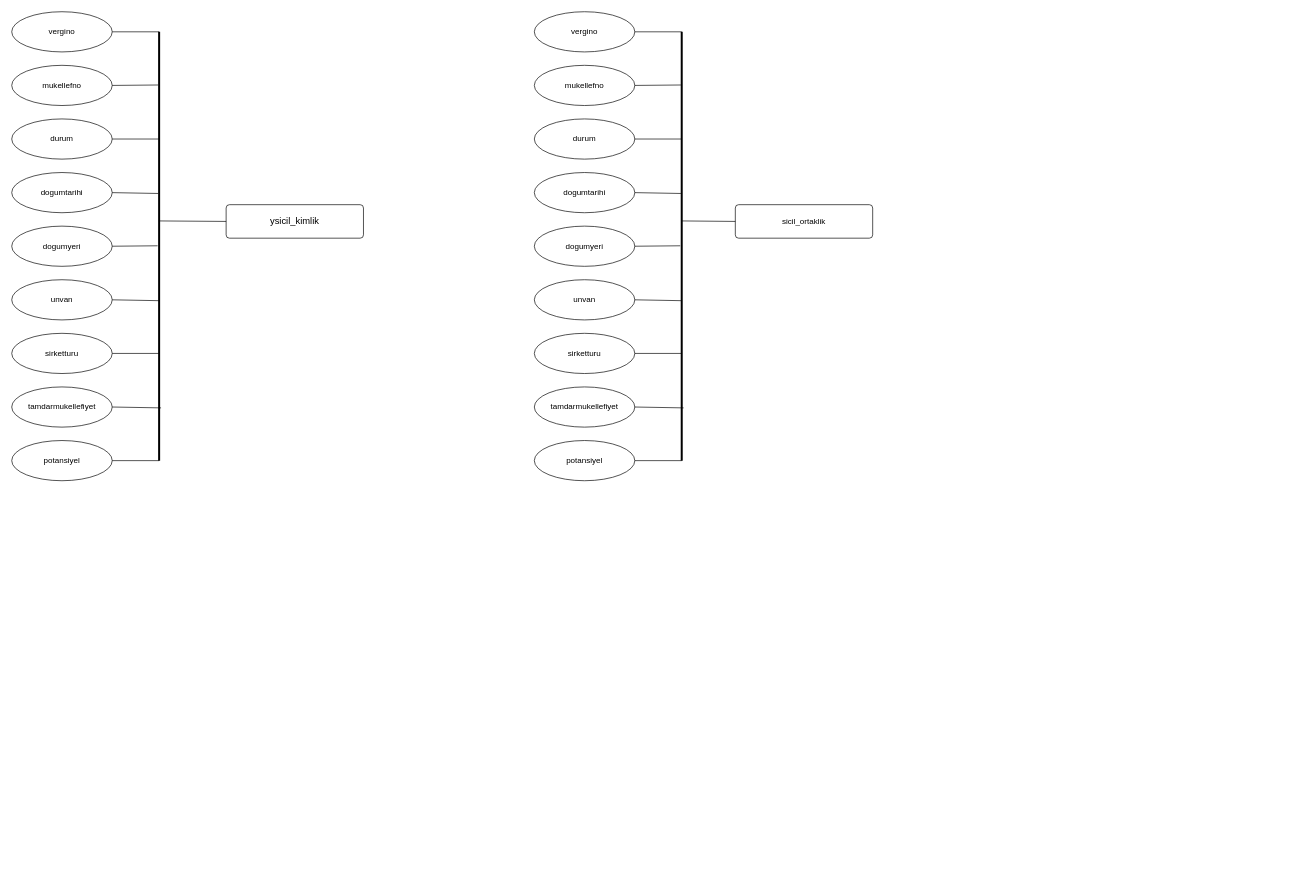
Above: IIM_sicil.drawio in ilteberkonuralp/R_data_analysis (draw.io), before the change. Source tidied: cells renumbered, new cells numbered last; positions are measured from the earlier drawing's top-left corner, leaving out a move shared by most shapes. Both pictures are drawn from the tidied source at 67%, with x=0, y=0 at pixel (11, 11).
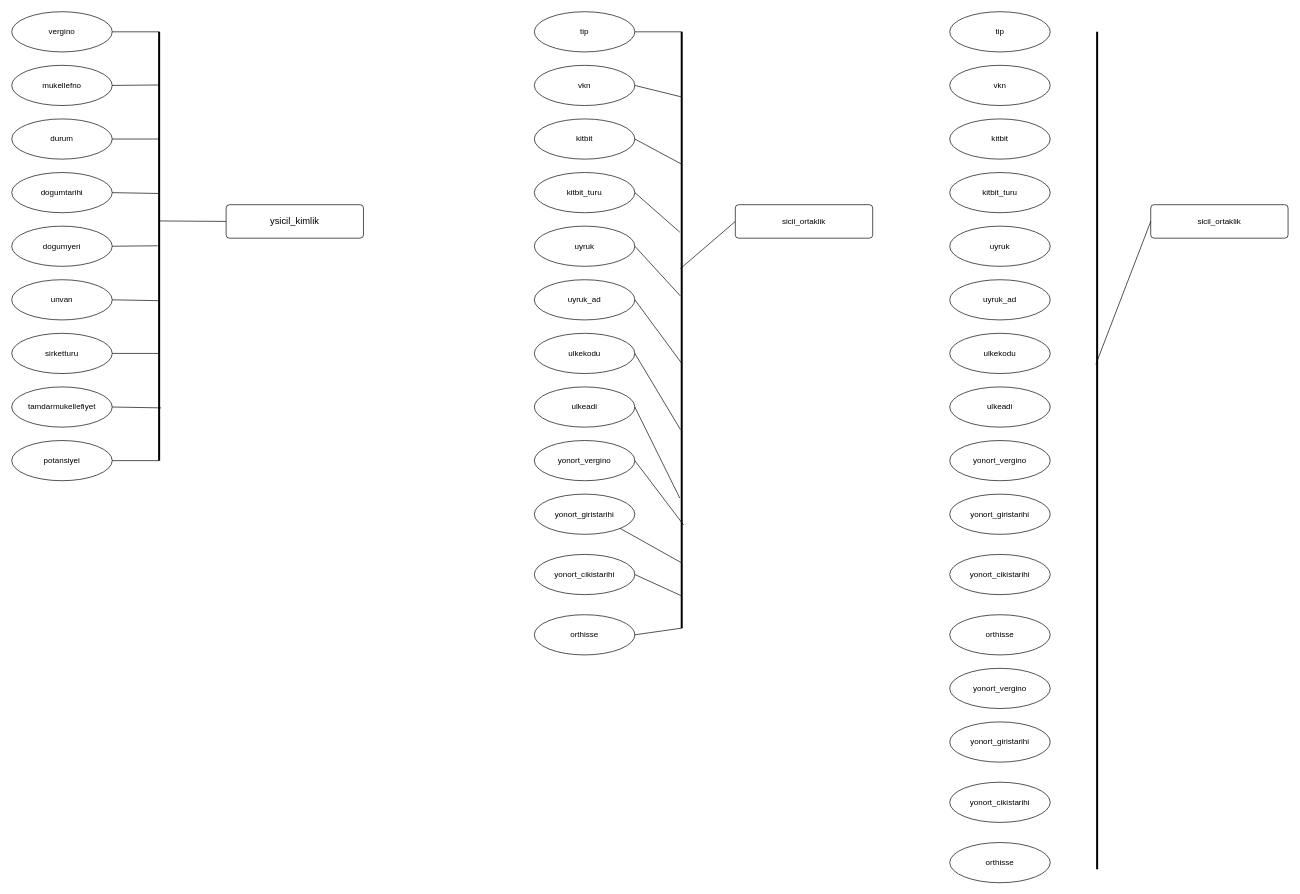
The same diagram, later.

Unchanged cells that the change refers to:
```xml
<mxCell id="23" value="sicil_ortaklik" style="rounded=1;arcSize=10;whiteSpace=wrap;html=1;align=center;" parent="1" vertex="1">
  <mxGeometry x="1080" y="288" width="205" height="50" as="geometry" />
</mxCell>
```

The edit, as a diff of the source:
```diff
@@
-    <mxCell id="24" value="&lt;span style=&quot;text-align: left;&quot;&gt;dogumtarihi&lt;/span&gt;" style="ellipse;whiteSpace=wrap;html=1;align=center;" parent="1" vertex="1">
+    <mxCell id="24" value="&lt;div style=&quot;text-align: left;&quot;&gt;&lt;span style=&quot;background-color: initial;&quot;&gt;kitbit_turu&lt;/span&gt;&lt;/div&gt;" style="ellipse;whiteSpace=wrap;html=1;align=center;" parent="1" vertex="1">
       <mxGeometry x="780" y="240" width="150" height="60" as="geometry" />
     </mxCell>
-    <mxCell id="25" value="&lt;span style=&quot;text-align: left;&quot;&gt;durum&lt;/span&gt;" style="ellipse;whiteSpace=wrap;html=1;align=center;" parent="1" vertex="1">
+    <mxCell id="25" value="&lt;div style=&quot;text-align: left;&quot;&gt;&lt;span style=&quot;background-color: initial;&quot;&gt;kitbit&lt;/span&gt;&lt;/div&gt;" style="ellipse;whiteSpace=wrap;html=1;align=center;" parent="1" vertex="1">
       <mxGeometry x="780" y="160" width="150" height="60" as="geometry" />
     </mxCell>
-    <mxCell id="26" value="&lt;span style=&quot;text-align: left;&quot;&gt;mukellefno&lt;/span&gt;" style="ellipse;whiteSpace=wrap;html=1;align=center;" parent="1" vertex="1">
+    <mxCell id="26" value="&lt;div style=&quot;text-align: left;&quot;&gt;&lt;span style=&quot;background-color: initial;&quot;&gt;vkn&lt;/span&gt;&lt;/div&gt;" style="ellipse;whiteSpace=wrap;html=1;align=center;" parent="1" vertex="1">
       <mxGeometry x="780" y="80" width="150" height="60" as="geometry" />
     </mxCell>
-    <mxCell id="27" value="&lt;span style=&quot;text-align: left;&quot;&gt;dogumyeri&lt;/span&gt;" style="ellipse;whiteSpace=wrap;html=1;align=center;" parent="1" vertex="1">
+    <mxCell id="27" value="&lt;div style=&quot;text-align: left;&quot;&gt;&lt;span style=&quot;background-color: initial;&quot;&gt;uyruk&lt;/span&gt;&lt;/div&gt;" style="ellipse;whiteSpace=wrap;html=1;align=center;" parent="1" vertex="1">
       <mxGeometry x="780" y="320" width="150" height="60" as="geometry" />
     </mxCell>
-    <mxCell id="28" value="&lt;span style=&quot;text-align: left;&quot;&gt;potansiyel&lt;/span&gt;" style="ellipse;whiteSpace=wrap;html=1;align=center;" parent="1" vertex="1">
+    <mxCell id="28" value="&lt;div style=&quot;text-align: left;&quot;&gt;&lt;span style=&quot;background-color: initial;&quot;&gt;yonort_vergino&lt;/span&gt;&lt;/div&gt;" style="ellipse;whiteSpace=wrap;html=1;align=center;" parent="1" vertex="1">
       <mxGeometry x="780" y="640" width="150" height="60" as="geometry" />
     </mxCell>
-    <mxCell id="29" style="endArrow=none;html=1;rounded=0;exitX=1;exitY=0.5;exitDx=0;exitDy=0;entryX=0.124;entryY=0.562;entryDx=0;entryDy=0;entryPerimeter=0;" parent="1" edge="1" source="26" target="34">
+    <mxCell id="29" style="endArrow=none;html=1;rounded=0;exitX=1;exitY=0.5;exitDx=0;exitDy=0;entryX=0.109;entryY=0.548;entryDx=0;entryDy=0;entryPerimeter=0;" parent="1" edge="1" source="26" target="34">
       <mxGeometry relative="1" as="geometry" />
     </mxCell>
-    <mxCell id="30" style="endArrow=none;html=1;rounded=0;exitX=1;exitY=0.5;exitDx=0;exitDy=0;entryX=0.25;entryY=0.5;entryDx=0;entryDy=0;entryPerimeter=0;" parent="1" edge="1" source="25" target="34">
+    <mxCell id="30" style="endArrow=none;html=1;rounded=0;exitX=1;exitY=0.5;exitDx=0;exitDy=0;entryX=0.222;entryY=0.5;entryDx=0;entryDy=0;entryPerimeter=0;" parent="1" edge="1" source="25" target="34">
       <mxGeometry relative="1" as="geometry" />
     </mxCell>
-    <mxCell id="31" style="endArrow=none;html=2;rounded=0;exitX=1;exitY=0.5;exitDx=0;exitDy=0;entryX=1;entryY=0.5;entryDx=0;entryDy=0;entryPerimeter=0;" parent="1" edge="1" source="28" target="34">
+    <mxCell id="31" style="endArrow=none;html=2;rounded=0;exitX=1;exitY=0.5;exitDx=0;exitDy=0;entryX=0.827;entryY=0.357;entryDx=0;entryDy=0;entryPerimeter=0;" parent="1" edge="1" source="28" target="34">
       <mxGeometry relative="1" as="geometry" />
     </mxCell>
-    <mxCell id="32" value="&lt;span style=&quot;text-align: left;&quot;&gt;unvan&lt;/span&gt;" style="ellipse;whiteSpace=wrap;html=1;align=center;" parent="1" vertex="1">
+    <mxCell id="32" value="&lt;div style=&quot;text-align: left;&quot;&gt;&lt;span style=&quot;background-color: initial;&quot;&gt;uyruk_ad&lt;/span&gt;&lt;/div&gt;" style="ellipse;whiteSpace=wrap;html=1;align=center;" parent="1" vertex="1">
       <mxGeometry x="780" y="400" width="150" height="60" as="geometry" />
     </mxCell>
-    <mxCell id="33" value="&lt;span style=&quot;text-align: left;&quot;&gt;tamdarmukellefiyet&lt;/span&gt;" style="ellipse;whiteSpace=wrap;html=1;align=center;" parent="1" vertex="1">
+    <mxCell id="33" value="&lt;div style=&quot;text-align: left;&quot;&gt;&lt;span style=&quot;background-color: initial;&quot;&gt;ulkeadi&lt;/span&gt;&lt;/div&gt;" style="ellipse;whiteSpace=wrap;html=1;align=center;" parent="1" vertex="1">
       <mxGeometry x="780" y="560" width="150" height="60" as="geometry" />
     </mxCell>
     <mxCell id="34" style="line;strokeWidth=3;direction=south;html=1;" parent="1" vertex="1">
-      <mxGeometry x="990" y="30" width="20" height="640" as="geometry" />
+      <mxGeometry x="990" y="30" width="20" height="890" as="geometry" />
     </mxCell>
-    <mxCell id="35" value="&lt;span style=&quot;text-align: left;&quot;&gt;vergino&lt;/span&gt;" style="ellipse;whiteSpace=wrap;html=1;align=center;" parent="1" vertex="1">
+    <mxCell id="35" value="&lt;div style=&quot;text-align: left;&quot;&gt;&lt;span style=&quot;background-color: initial;&quot;&gt;tip&lt;/span&gt;&lt;/div&gt;" style="ellipse;whiteSpace=wrap;html=1;align=center;" parent="1" vertex="1">
       <mxGeometry x="780" width="150" height="60" as="geometry" />
     </mxCell>
-    <mxCell id="36" value="&lt;span style=&quot;text-align: left;&quot;&gt;sirketturu&lt;/span&gt;" style="ellipse;whiteSpace=wrap;html=1;align=center;" parent="1" vertex="1">
+    <mxCell id="36" value="&lt;div style=&quot;text-align: left;&quot;&gt;&lt;span style=&quot;background-color: initial;&quot;&gt;ulkekodu&lt;/span&gt;&lt;/div&gt;" style="ellipse;whiteSpace=wrap;html=1;align=center;" parent="1" vertex="1">
       <mxGeometry x="780" y="480" width="150" height="60" as="geometry" />
     </mxCell>
@@
-    <mxCell id="38" style="endArrow=none;html=1;rounded=0;exitX=1;exitY=0.5;exitDx=0;exitDy=0;entryX=0.377;entryY=0.562;entryDx=0;entryDy=0;entryPerimeter=0;" parent="1" edge="1" source="24" target="34">
+    <mxCell id="38" style="endArrow=none;html=1;rounded=0;exitX=1;exitY=0.5;exitDx=0;exitDy=0;entryX=0.336;entryY=0.643;entryDx=0;entryDy=0;entryPerimeter=0;" parent="1" edge="1" source="24" target="34">
       <mxGeometry relative="1" as="geometry" />
     </mxCell>
-    <mxCell id="39" style="endArrow=none;html=1;rounded=0;exitX=1;exitY=0.5;exitDx=0;exitDy=0;entryX=0.499;entryY=0.613;entryDx=0;entryDy=0;entryPerimeter=0;" parent="1" edge="1" source="27" target="34">
+    <mxCell id="39" style="endArrow=none;html=1;rounded=0;exitX=1;exitY=0.5;exitDx=0;exitDy=0;entryX=0.443;entryY=0.595;entryDx=0;entryDy=0;entryPerimeter=0;" parent="1" edge="1" source="27" target="34">
       <mxGeometry relative="1" as="geometry" />
     </mxCell>
-    <mxCell id="40" style="endArrow=none;html=1;rounded=0;exitX=1;exitY=0.5;exitDx=0;exitDy=0;entryX=0.627;entryY=0.51;entryDx=0;entryDy=0;entryPerimeter=0;" parent="1" edge="1" source="32" target="34">
+    <mxCell id="40" style="endArrow=none;html=1;rounded=0;exitX=1;exitY=0.5;exitDx=0;exitDy=0;entryX=0.556;entryY=0.5;entryDx=0;entryDy=0;entryPerimeter=0;" parent="1" edge="1" source="32" target="34">
       <mxGeometry relative="1" as="geometry" />
     </mxCell>
-    <mxCell id="41" style="endArrow=none;html=1;rounded=0;exitX=1;exitY=0.5;exitDx=0;exitDy=0;entryX=0.75;entryY=0.5;entryDx=0;entryDy=0;entryPerimeter=0;" parent="1" edge="1" source="36" target="34">
+    <mxCell id="41" style="endArrow=none;html=1;rounded=0;exitX=1;exitY=0.5;exitDx=0;exitDy=0;entryX=0.667;entryY=0.595;entryDx=0;entryDy=0;entryPerimeter=0;" parent="1" edge="1" source="36" target="34">
       <mxGeometry relative="1" as="geometry" />
     </mxCell>
-    <mxCell id="42" style="endArrow=none;html=1;rounded=0;exitX=1;exitY=0.5;exitDx=0;exitDy=0;entryX=0.877;entryY=0.356;entryDx=0;entryDy=0;entryPerimeter=0;" parent="1" edge="1" source="33" target="34">
+    <mxCell id="42" style="endArrow=none;html=1;rounded=0;exitX=1;exitY=0.5;exitDx=0;exitDy=0;entryX=0.782;entryY=0.643;entryDx=0;entryDy=0;entryPerimeter=0;" parent="1" edge="1" source="33" target="34">
       <mxGeometry relative="1" as="geometry" />
     </mxCell>
-    <mxCell id="43" style="endArrow=none;html=1;rounded=0;exitX=0.441;exitY=0.51;exitDx=0;exitDy=0;exitPerimeter=0;entryX=0;entryY=0.5;entryDx=0;entryDy=0;" parent="1" edge="1" source="34" target="23">
+    <mxCell id="43" style="endArrow=none;html=1;rounded=0;exitX=0.397;exitY=0.595;exitDx=0;exitDy=0;exitPerimeter=0;entryX=0;entryY=0.5;entryDx=0;entryDy=0;" parent="1" edge="1" source="34" target="23">
       <mxGeometry relative="1" as="geometry" />
     </mxCell>
+    <mxCell id="44" value="yonort_giristarihi" style="ellipse;whiteSpace=wrap;html=1;align=center;" parent="1" vertex="1">
+      <mxGeometry x="780" y="720" width="150" height="60" as="geometry" />
+    </mxCell>
+    <mxCell id="45" value="yonort_cikistarihi" style="ellipse;whiteSpace=wrap;html=1;align=center;" parent="1" vertex="1">
+      <mxGeometry x="780" y="810" width="150" height="60" as="geometry" />
+    </mxCell>
+    <mxCell id="46" value="orthisse" style="ellipse;whiteSpace=wrap;html=1;align=center;" parent="1" vertex="1">
+      <mxGeometry x="780" y="900" width="150" height="60" as="geometry" />
+    </mxCell>
+    <mxCell id="47" style="endArrow=none;html=2;rounded=0;entryX=0.89;entryY=0.548;entryDx=0;entryDy=0;entryPerimeter=0;exitX=1;exitY=1;exitDx=0;exitDy=0;" parent="1" edge="1" source="44" target="34">
+      <mxGeometry relative="1" as="geometry" />
+    </mxCell>
+    <mxCell id="48" style="edgeStyle=elbowEdgeStyle;rounded=0;orthogonalLoop=1;jettySize=auto;html=1;exitX=1;exitY=0.5;exitDx=0;exitDy=0;exitPerimeter=0;" parent="1" edge="1" source="34" target="34">
+      <mxGeometry relative="1" as="geometry" />
+    </mxCell>
+    <mxCell id="49" style="endArrow=none;html=2;rounded=0;entryX=0.946;entryY=0.5;entryDx=0;entryDy=0;entryPerimeter=0;exitX=1;exitY=0.5;exitDx=0;exitDy=0;" parent="1" edge="1" source="45" target="34">
+      <mxGeometry relative="1" as="geometry" />
+    </mxCell>
+    <mxCell id="50" style="endArrow=none;html=2;rounded=0;entryX=1;entryY=0.5;entryDx=0;entryDy=0;entryPerimeter=0;exitX=1;exitY=0.5;exitDx=0;exitDy=0;" parent="1" edge="1" source="46" target="34">
+      <mxGeometry relative="1" as="geometry" />
+    </mxCell>
+    <mxCell id="51" value="sicil_ortaklik" style="rounded=1;arcSize=10;whiteSpace=wrap;html=1;align=center;" parent="1" vertex="1">
+      <mxGeometry x="1700" y="288" width="205" height="50" as="geometry" />
+    </mxCell>
+    <mxCell id="52" value="&lt;div style=&quot;text-align: left;&quot;&gt;&lt;span style=&quot;background-color: initial;&quot;&gt;kitbit_turu&lt;/span&gt;&lt;/div&gt;" style="ellipse;whiteSpace=wrap;html=1;align=center;" parent="1" vertex="1">
+      <mxGeometry x="1400" y="240" width="150" height="60" as="geometry" />
+    </mxCell>
+    <mxCell id="53" value="&lt;div style=&quot;text-align: left;&quot;&gt;&lt;span style=&quot;background-color: initial;&quot;&gt;kitbit&lt;/span&gt;&lt;/div&gt;" style="ellipse;whiteSpace=wrap;html=1;align=center;" parent="1" vertex="1">
+      <mxGeometry x="1400" y="160" width="150" height="60" as="geometry" />
+    </mxCell>
+    <mxCell id="54" value="&lt;div style=&quot;text-align: left;&quot;&gt;&lt;span style=&quot;background-color: initial;&quot;&gt;vkn&lt;/span&gt;&lt;/div&gt;" style="ellipse;whiteSpace=wrap;html=1;align=center;" parent="1" vertex="1">
+      <mxGeometry x="1400" y="80" width="150" height="60" as="geometry" />
+    </mxCell>
+    <mxCell id="55" value="&lt;div style=&quot;text-align: left;&quot;&gt;&lt;span style=&quot;background-color: initial;&quot;&gt;uyruk&lt;/span&gt;&lt;/div&gt;" style="ellipse;whiteSpace=wrap;html=1;align=center;" parent="1" vertex="1">
+      <mxGeometry x="1400" y="320" width="150" height="60" as="geometry" />
+    </mxCell>
+    <mxCell id="56" value="&lt;div style=&quot;text-align: left;&quot;&gt;&lt;span style=&quot;background-color: initial;&quot;&gt;yonort_vergino&lt;/span&gt;&lt;/div&gt;" style="ellipse;whiteSpace=wrap;html=1;align=center;" parent="1" vertex="1">
+      <mxGeometry x="1400" y="640" width="150" height="60" as="geometry" />
+    </mxCell>
+    <mxCell id="57" value="&lt;div style=&quot;text-align: left;&quot;&gt;&lt;span style=&quot;background-color: initial;&quot;&gt;uyruk_ad&lt;/span&gt;&lt;/div&gt;" style="ellipse;whiteSpace=wrap;html=1;align=center;" parent="1" vertex="1">
+      <mxGeometry x="1400" y="400" width="150" height="60" as="geometry" />
+    </mxCell>
+    <mxCell id="58" value="&lt;div style=&quot;text-align: left;&quot;&gt;&lt;span style=&quot;background-color: initial;&quot;&gt;ulkeadi&lt;/span&gt;&lt;/div&gt;" style="ellipse;whiteSpace=wrap;html=1;align=center;" parent="1" vertex="1">
+      <mxGeometry x="1400" y="560" width="150" height="60" as="geometry" />
+    </mxCell>
+    <mxCell id="59" style="line;strokeWidth=3;direction=south;html=1;" parent="1" vertex="1">
+      <mxGeometry x="1610" y="30" width="20" height="1250" as="geometry" />
+    </mxCell>
+    <mxCell id="60" value="&lt;div style=&quot;text-align: left;&quot;&gt;&lt;span style=&quot;background-color: initial;&quot;&gt;tip&lt;/span&gt;&lt;/div&gt;" style="ellipse;whiteSpace=wrap;html=1;align=center;" parent="1" vertex="1">
+      <mxGeometry x="1400" width="150" height="60" as="geometry" />
+    </mxCell>
+    <mxCell id="61" value="&lt;div style=&quot;text-align: left;&quot;&gt;&lt;span style=&quot;background-color: initial;&quot;&gt;ulkekodu&lt;/span&gt;&lt;/div&gt;" style="ellipse;whiteSpace=wrap;html=1;align=center;" parent="1" vertex="1">
+      <mxGeometry x="1400" y="480" width="150" height="60" as="geometry" />
+    </mxCell>
+    <mxCell id="62" style="endArrow=none;html=1;rounded=0;exitX=0.397;exitY=0.595;exitDx=0;exitDy=0;exitPerimeter=0;entryX=0;entryY=0.5;entryDx=0;entryDy=0;" parent="1" edge="1" source="59" target="51">
+      <mxGeometry relative="1" as="geometry" />
+    </mxCell>
+    <mxCell id="63" value="yonort_giristarihi" style="ellipse;whiteSpace=wrap;html=1;align=center;" parent="1" vertex="1">
+      <mxGeometry x="1400" y="720" width="150" height="60" as="geometry" />
+    </mxCell>
+    <mxCell id="64" value="yonort_cikistarihi" style="ellipse;whiteSpace=wrap;html=1;align=center;" parent="1" vertex="1">
+      <mxGeometry x="1400" y="810" width="150" height="60" as="geometry" />
+    </mxCell>
+    <mxCell id="65" value="orthisse" style="ellipse;whiteSpace=wrap;html=1;align=center;" parent="1" vertex="1">
+      <mxGeometry x="1400" y="900" width="150" height="60" as="geometry" />
+    </mxCell>
+    <mxCell id="66" style="edgeStyle=elbowEdgeStyle;rounded=0;orthogonalLoop=1;jettySize=auto;html=1;exitX=1;exitY=0.5;exitDx=0;exitDy=0;exitPerimeter=0;" parent="1" edge="1" source="59" target="59">
+      <mxGeometry relative="1" as="geometry" />
+    </mxCell>
+    <mxCell id="67" value="&lt;div style=&quot;text-align: left;&quot;&gt;&lt;span style=&quot;background-color: initial;&quot;&gt;yonort_vergino&lt;/span&gt;&lt;/div&gt;" style="ellipse;whiteSpace=wrap;html=1;align=center;" parent="1" vertex="1">
+      <mxGeometry x="1400" y="980" width="150" height="60" as="geometry" />
+    </mxCell>
+    <mxCell id="68" value="yonort_giristarihi" style="ellipse;whiteSpace=wrap;html=1;align=center;" parent="1" vertex="1">
+      <mxGeometry x="1400" y="1060" width="150" height="60" as="geometry" />
+    </mxCell>
+    <mxCell id="69" value="yonort_cikistarihi" style="ellipse;whiteSpace=wrap;html=1;align=center;" parent="1" vertex="1">
+      <mxGeometry x="1400" y="1150" width="150" height="60" as="geometry" />
+    </mxCell>
+    <mxCell id="70" value="orthisse" style="ellipse;whiteSpace=wrap;html=1;align=center;" parent="1" vertex="1">
+      <mxGeometry x="1400" y="1240" width="150" height="60" as="geometry" />
+    </mxCell>
```
